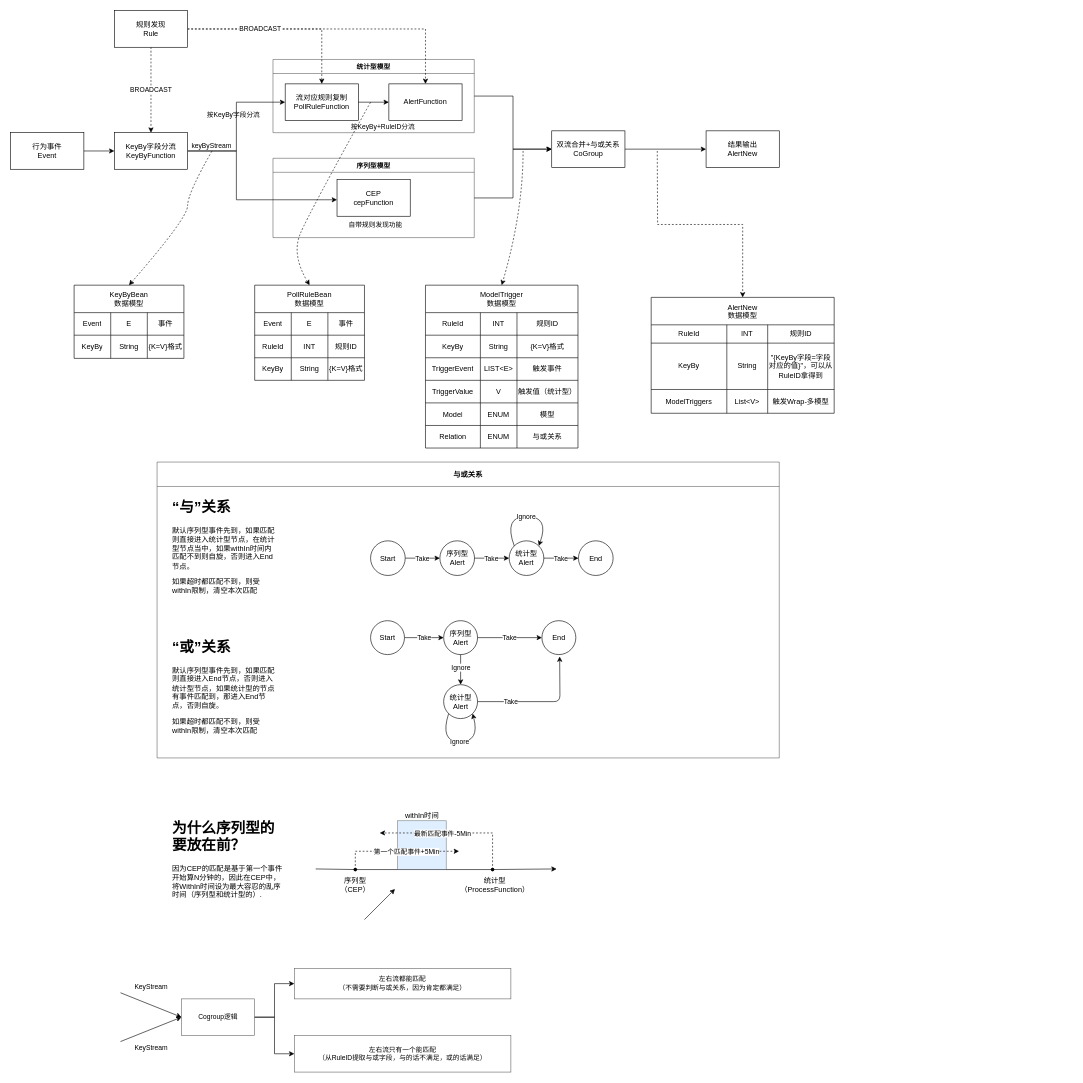
pengmide/draw keeps this draw.io diagram as cep.drawio. Above is the earlier version. Source tidied: cells renumbered, new cells numbered last; positions are measured from the earlier drawing's top-left corner, leaving out a move shared by most shapes. Both pictures are drawn from the tidied source at 61%, with x=0, y=0 at pixel (10, 10).
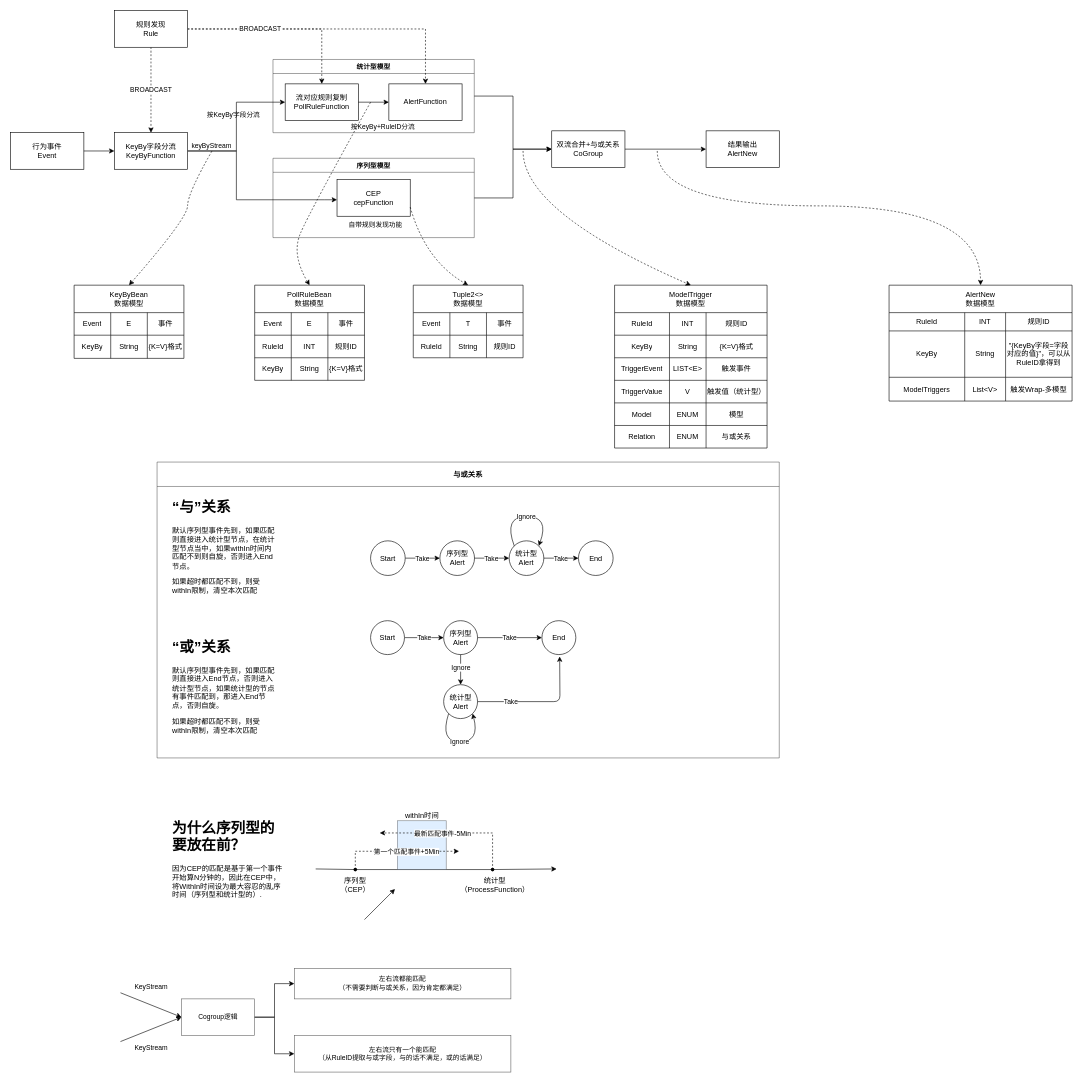
After the change.

Commit message:
更新CEP输出数据模型

Unchanged cells that the change refers to:
```xml
<mxCell id="112" value="CEP&lt;br&gt;cepFunction" style="rounded=0;whiteSpace=wrap;html=1;" parent="111" vertex="1">
  <mxGeometry x="105" y="35" width="120" height="60" as="geometry" />
</mxCell>
```

The edit, as a diff of the source:
```diff
@@
     <mxCell id="15" value="ModelTrigger&#10;数据模型" style="shape=table;startSize=45;childLayout=tableLayout;rounded=0;shadow=0;comic=0;sketch=0;fillColor=default;gradientColor=none;" parent="1" vertex="1">
-      <mxGeometry x="680" y="450" width="250" height="267" as="geometry" />
+      <mxGeometry x="990" y="450" width="250" height="267" as="geometry" />
     </mxCell>
@@
     <mxCell id="59" value="AlertNew&#10;数据模型" style="shape=table;startSize=45;childLayout=tableLayout;rounded=0;shadow=0;comic=0;sketch=0;fillColor=default;gradientColor=none;" parent="1" vertex="1">
-      <mxGeometry x="1050" y="470" width="300" height="190" as="geometry" />
+      <mxGeometry x="1440" y="450" width="300" height="190" as="geometry" />
     </mxCell>
@@
-    <mxCell id="72" style="edgeStyle=orthogonalEdgeStyle;rounded=0;jettySize=auto;html=1;dashed=1;" parent="1" edge="1" target="59">
+    <mxCell id="72" style="edgeStyle=orthogonalEdgeStyle;jettySize=auto;html=1;dashed=1;curved=1;" parent="1" edge="1" target="59">
       <mxGeometry relative="1" as="geometry">
         <mxPoint x="1060" y="230" as="sourcePoint" />
+        <Array as="points">
+          <mxPoint x="1060" y="320" />
+          <mxPoint x="1590" y="320" />
+        </Array>
       </mxGeometry>
     </mxCell>
@@
+    <mxCell id="144" value="Tuple2&lt;&gt;&#10;数据模型" style="shape=table;startSize=45;childLayout=tableLayout;rounded=0;shadow=0;comic=0;sketch=0;labelBorderColor=none;" parent="1" vertex="1">
+      <mxGeometry x="660" y="450" width="180" height="119" as="geometry" />
+    </mxCell>
+    <mxCell id="145" style="shape=tableRow;horizontal=0;startSize=0;swimlaneHead=0;swimlaneBody=0;top=0;left=0;bottom=0;right=0;fillColor=none;rounded=0;shadow=0;comic=0;sketch=0;" parent="144" vertex="1">
+      <mxGeometry y="45" width="180" height="37" as="geometry" />
+    </mxCell>
+    <mxCell id="146" value="&lt;span&gt;Event&lt;/span&gt;" style="shape=partialRectangle;html=1;whiteSpace=wrap;overflow=hidden;fillColor=none;top=0;left=0;bottom=0;right=0;rounded=0;shadow=0;comic=0;sketch=0;startSize=0;" parent="145" vertex="1">
+      <mxGeometry width="60" height="37" as="geometry" />
+    </mxCell>
+    <mxCell id="147" value="&lt;span&gt;T&lt;/span&gt;" style="shape=partialRectangle;html=1;whiteSpace=wrap;overflow=hidden;fillColor=none;top=0;left=0;bottom=0;right=0;rounded=0;shadow=0;comic=0;sketch=0;startSize=0;" parent="145" vertex="1">
+      <mxGeometry x="60" width="60" height="37" as="geometry" />
+    </mxCell>
+    <mxCell id="148" value="&lt;span&gt;事件&lt;/span&gt;" style="shape=partialRectangle;html=1;whiteSpace=wrap;overflow=hidden;fillColor=none;top=0;left=0;bottom=0;right=0;rounded=0;shadow=0;comic=0;sketch=0;startSize=0;" parent="145" vertex="1">
+      <mxGeometry x="120" width="60" height="37" as="geometry" />
+    </mxCell>
+    <mxCell id="149" style="shape=tableRow;horizontal=0;startSize=0;swimlaneHead=0;swimlaneBody=0;top=0;left=0;bottom=0;right=0;fillColor=none;rounded=0;shadow=0;comic=0;sketch=0;" parent="144" vertex="1">
+      <mxGeometry y="82" width="180" height="37" as="geometry" />
+    </mxCell>
+    <mxCell id="150" value="&lt;span&gt;RuleId&lt;/span&gt;" style="shape=partialRectangle;html=1;whiteSpace=wrap;overflow=hidden;fillColor=none;top=0;left=0;bottom=0;right=0;rounded=0;shadow=0;comic=0;sketch=0;startSize=0;" parent="149" vertex="1">
+      <mxGeometry width="60" height="37" as="geometry" />
+    </mxCell>
+    <mxCell id="151" value="String" style="shape=partialRectangle;html=1;whiteSpace=wrap;overflow=hidden;fillColor=none;top=0;left=0;bottom=0;right=0;rounded=0;shadow=0;comic=0;sketch=0;startSize=0;" parent="149" vertex="1">
+      <mxGeometry x="60" width="60" height="37" as="geometry" />
+    </mxCell>
+    <mxCell id="152" value="&lt;span&gt;规则ID&lt;/span&gt;" style="shape=partialRectangle;html=1;whiteSpace=wrap;overflow=hidden;fillColor=none;top=0;left=0;bottom=0;right=0;rounded=0;shadow=0;comic=0;sketch=0;startSize=0;" parent="149" vertex="1">
+      <mxGeometry x="120" width="60" height="37" as="geometry" />
+    </mxCell>
+    <mxCell id="153" style="curved=1;endArrow=classic;html=1;labelBackgroundColor=default;sketch=0;fontFamily=Helvetica;fontSize=11;fontColor=default;strokeColor=default;exitX=1;exitY=0.75;exitDx=0;exitDy=0;entryX=0.5;entryY=0;entryDx=0;entryDy=0;dashed=1;" parent="1" edge="1" source="112" target="144">
+      <mxGeometry relative="1" as="geometry">
+        <Array as="points">
+          <mxPoint x="680" y="410" />
+        </Array>
+      </mxGeometry>
+    </mxCell>
```
